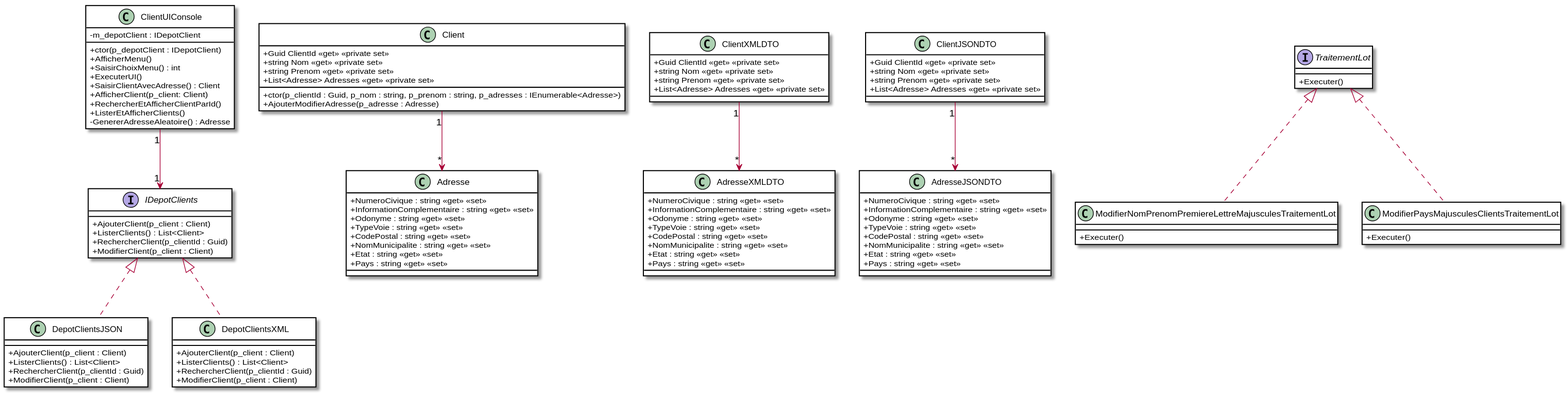
The PlantUML diagram images/Module06_Formats_Echanges/diag/src/DiagExerciceClients/DiagClassesClients.svg in PiFou86/420-W30-SF, before a commit.
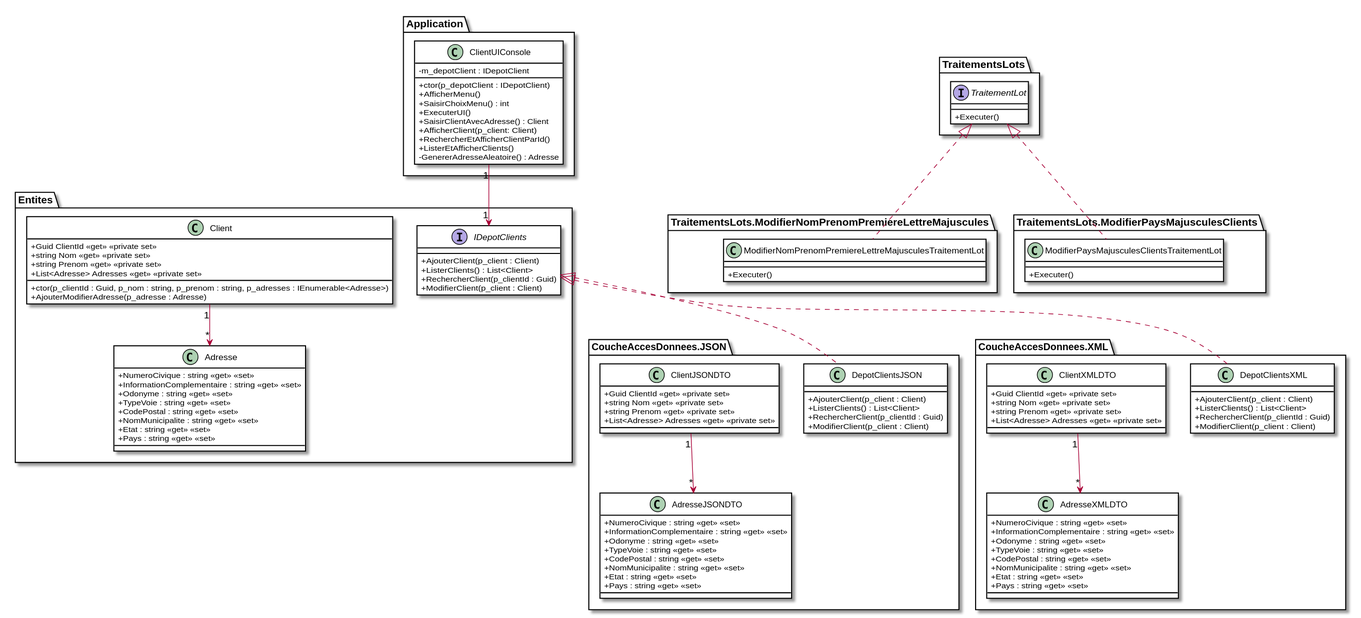
The same file after the commit.

Commit message:
Ajout package

Diff of the diagram source:
```diff
@@ -6,116 +6,137 @@
     BorderColor #000
 }
 
-IDepotClients <|.. DepotClientsJSON
-IDepotClients <|.. DepotClientsXML
-Client "1" --> "*" Adresse
-ClientXMLDTO "1" --> "*" AdresseXMLDTO
-ClientJSONDTO "1" --> "*" AdresseJSONDTO
-ClientUIConsole "1" --> "1" IDepotClients
 
-TraitementLot <|.. ModifierNomPrenomPremiereLettreMajusculesTraitementLot
-TraitementLot <|.. ModifierPaysMajusculesClientsTraitementLot
+package Entites {
+    Client "1" --> "*" Adresse
+
+    class Client {
+        + ctor(p_clientId : Guid, p_nom : string, p_prenom : string, p_adresses : IEnumerable<Adresse>)
+        + Guid ClientId <<get>> <<private set>>
+        + string Nom <<get>> <<private set>>
+        + string Prenom <<get>> <<private set>>
+        + List<Adresse> Adresses <<get>> <<private set>>
+        + AjouterModifierAdresse(p_adresse : Adresse)
+    }
+
+    class Adresse {
+        + NumeroCivique : string <<get>> <<set>>
+        + InformationComplementaire : string <<get>> <<set>>
+        + Odonyme : string <<get>> <<set>>
+        + TypeVoie : string <<get>> <<set>>
+        + CodePostal : string <<get>> <<set>>
+        + NomMunicipalite : string <<get>> <<set>>
+        + Etat : string <<get>> <<set>>
+        + Pays : string  <<get>> <<set>>
+    }
+
+    interface IDepotClients {
+        + AjouterClient(p_client : Client)
+        + ListerClients() : List<Client>
+        + RechercherClient(p_clientId : Guid)
+        + ModifierClient(p_client : Client)
+    }
+}
+
+package CoucheAccesDonnees.JSON {
+    IDepotClients <|.. DepotClientsJSON
+    ClientJSONDTO "1" --> "*" AdresseJSONDTO
+
+    class ClientJSONDTO {
+        + Guid ClientId <<get>> <<private set>>
+        + string Nom <<get>> <<private set>>
+        + string Prenom <<get>> <<private set>>
+        + List<Adresse> Adresses <<get>> <<private set>>
+    }
+
+    class AdresseJSONDTO {
+        + NumeroCivique : string <<get>> <<set>>
+        + InformationComplementaire : string <<get>> <<set>>
+        + Odonyme : string <<get>> <<set>>
+        + TypeVoie : string <<get>> <<set>>
+        + CodePostal : string <<get>> <<set>>
+        + NomMunicipalite : string <<get>> <<set>>
+        + Etat : string <<get>> <<set>>
+        + Pays : string  <<get>> <<set>>
+    }
+
+    class DepotClientsJSON {
+        + AjouterClient(p_client : Client)
+        + ListerClients() : List<Client>
+        + RechercherClient(p_clientId : Guid)
+        + ModifierClient(p_client : Client)
+    }
+}
+
+package CoucheAccesDonnees.XML {
+    IDepotClients <|.. DepotClientsXML
+    ClientXMLDTO "1" --> "*" AdresseXMLDTO
+
+    class ClientXMLDTO {
+        + Guid ClientId <<get>> <<private set>>
+        + string Nom <<get>> <<private set>>
+        + string Prenom <<get>> <<private set>>
+        + List<Adresse> Adresses <<get>> <<private set>>
+    }
+
+    class DepotClientsXML {
+        + AjouterClient(p_client : Client)
+        + ListerClients() : List<Client>
+        + RechercherClient(p_clientId : Guid)
+        + ModifierClient(p_client : Client)
+    }
+
+    class AdresseXMLDTO {
+        + NumeroCivique : string <<get>> <<set>>
+        + InformationComplementaire : string <<get>> <<set>>
+        + Odonyme : string <<get>> <<set>>
+        + TypeVoie : string <<get>> <<set>>
+        + CodePostal : string <<get>> <<set>>
+        + NomMunicipalite : string <<get>> <<set>>
+        + Etat : string <<get>> <<set>>
+        + Pays : string  <<get>> <<set>>
+    }
+}
+
+package Application {
+    ClientUIConsole "1" --> "1" IDepotClients
+
+    class ClientUIConsole {
+        - m_depotClient : IDepotClient
+        + ctor(p_depotClient : IDepotClient)
+        + AfficherMenu()
+        + SaisirChoixMenu() : int
+        + ExecuterUI()
+        + SaisirClientAvecAdresse() : Client
+        + AfficherClient(p_client: Client)
+        + RechercherEtAfficherClientParId()
+        + ListerEtAfficherClients()
+        - GenererAdresseAleatoire() : Adresse
+    }
+}
+
+package TraitementsLots {
+    interface TraitementLot {
+        + Executer()
+    }
+}
+
+package TraitementsLots.ModifierNomPrenomPremiereLettreMajuscules {
+    TraitementLot <|.. ModifierNomPrenomPremiereLettreMajusculesTraitementLot
+
+    class ModifierNomPrenomPremiereLettreMajusculesTraitementLot {
+        + Executer()
+    }
+}
+
+package TraitementsLots.ModifierPaysMajusculesClients {
+    TraitementLot <|.. ModifierPaysMajusculesClientsTraitementLot
+
+    class ModifierPaysMajusculesClientsTraitementLot {
+        + Executer()
+    }
+}
 
 
-interface IDepotClients {
-    + AjouterClient(p_client : Client)
-    + ListerClients() : List<Client>
-    + RechercherClient(p_clientId : Guid)
-    + ModifierClient(p_client : Client)
-}
 
-class DepotClientsXML {
-    + AjouterClient(p_client : Client)
-    + ListerClients() : List<Client>
-    + RechercherClient(p_clientId : Guid)
-    + ModifierClient(p_client : Client)
-}
-
-class DepotClientsJSON {
-    + AjouterClient(p_client : Client)
-    + ListerClients() : List<Client>
-    + RechercherClient(p_clientId : Guid)
-    + ModifierClient(p_client : Client)
-}
-
-class Client {
-    + ctor(p_clientId : Guid, p_nom : string, p_prenom : string, p_adresses : IEnumerable<Adresse>)
-    + Guid ClientId <<get>> <<private set>>
-    + string Nom <<get>> <<private set>>
-    + string Prenom <<get>> <<private set>>
-    + List<Adresse> Adresses <<get>> <<private set>>
-    + AjouterModifierAdresse(p_adresse : Adresse)
-}
-
-class ClientJSONDTO {
-    + Guid ClientId <<get>> <<private set>>
-    + string Nom <<get>> <<private set>>
-    + string Prenom <<get>> <<private set>>
-    + List<Adresse> Adresses <<get>> <<private set>>
-}
-
-class ClientXMLDTO {
-    + Guid ClientId <<get>> <<private set>>
-    + string Nom <<get>> <<private set>>
-    + string Prenom <<get>> <<private set>>
-    + List<Adresse> Adresses <<get>> <<private set>>
-}
-
-class Adresse {
-    + NumeroCivique : string <<get>> <<set>>
-    + InformationComplementaire : string <<get>> <<set>>
-    + Odonyme : string <<get>> <<set>>
-    + TypeVoie : string <<get>> <<set>>
-    + CodePostal : string <<get>> <<set>>
-    + NomMunicipalite : string <<get>> <<set>>
-    + Etat : string <<get>> <<set>>
-    + Pays : string  <<get>> <<set>>
-}
-
-class AdresseXMLDTO {
-    + NumeroCivique : string <<get>> <<set>>
-    + InformationComplementaire : string <<get>> <<set>>
-    + Odonyme : string <<get>> <<set>>
-    + TypeVoie : string <<get>> <<set>>
-    + CodePostal : string <<get>> <<set>>
-    + NomMunicipalite : string <<get>> <<set>>
-    + Etat : string <<get>> <<set>>
-    + Pays : string  <<get>> <<set>>
-}
-
-class AdresseJSONDTO {
-    + NumeroCivique : string <<get>> <<set>>
-    + InformationComplementaire : string <<get>> <<set>>
-    + Odonyme : string <<get>> <<set>>
-    + TypeVoie : string <<get>> <<set>>
-    + CodePostal : string <<get>> <<set>>
-    + NomMunicipalite : string <<get>> <<set>>
-    + Etat : string <<get>> <<set>>
-    + Pays : string  <<get>> <<set>>
-}
-
-class ClientUIConsole {
-    - m_depotClient : IDepotClient
-    + ctor(p_depotClient : IDepotClient)
-    + AfficherMenu()
-    + SaisirChoixMenu() : int
-    + ExecuterUI()
-    + SaisirClientAvecAdresse() : Client
-    + AfficherClient(p_client: Client)
-    + RechercherEtAfficherClientParId()
-    + ListerEtAfficherClients()
-    - GenererAdresseAleatoire() : Adresse
-}
-
-interface TraitementLot {
-    + Executer()
-}
-
-class ModifierNomPrenomPremiereLettreMajusculesTraitementLot {
-       + Executer()
-}
-
-class ModifierPaysMajusculesClientsTraitementLot {
-    + Executer()
-}
 @enduml
```
